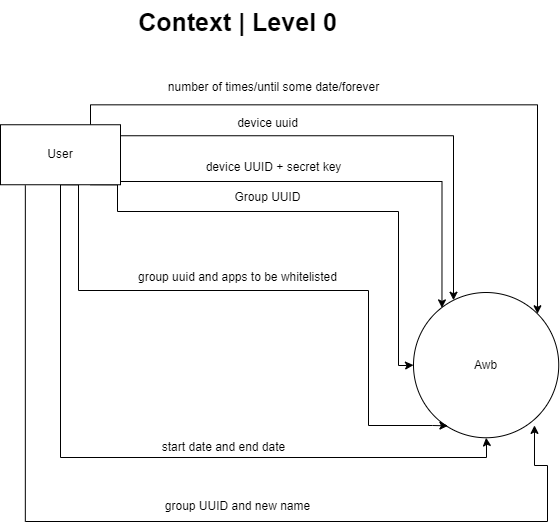
mohamed-sallam/awb-docs keeps this draw.io diagram as SRS/imgs/DFD-Data Flow Diagram Level 0.drawio.png. Above is the earlier version. Source tidied: cells renumbered, new cells last; positions are measured from the earlier drawing's top-left corner, leaving out a move shared by most shapes.
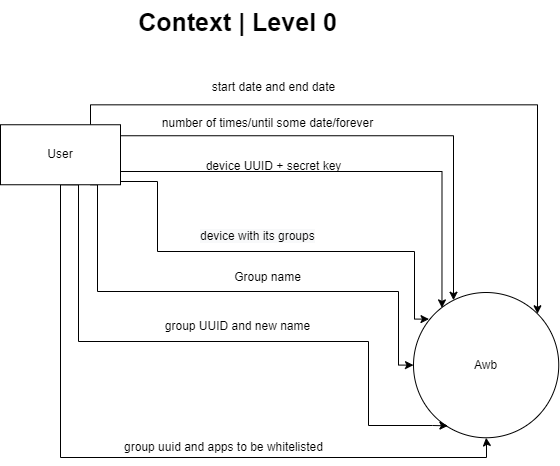
After the change.

Commit message:
srs/diagram/39/refactor_data_flow_diagram: final edit

Change to the diagram source:
```diff
@@ -15,11 +15,10 @@
     <mxCell id="4" style="edgeStyle=orthogonalEdgeStyle;rounded=0;jettySize=auto;html=1;exitX=0.75;exitY=1;exitDx=0;exitDy=0;entryX=0;entryY=0.5;entryDx=0;entryDy=0;" parent="1" edge="1" source="9" target="2">
       <mxGeometry relative="1" as="geometry">
         <Array as="points">
-          <mxPoint x="117" y="184" />
-          <mxPoint x="117" y="211" />
-          <mxPoint x="398" y="211" />
+          <mxPoint x="97" y="184" />
+          <mxPoint x="97" y="291" />
+          <mxPoint x="398" y="291" />
           <mxPoint x="398" y="365" />
-          <mxPoint x="406" y="365" />
         </Array>
       </mxGeometry>
     </mxCell>
@@ -27,8 +26,8 @@
       <mxGeometry relative="1" as="geometry">
         <Array as="points">
           <mxPoint x="78" y="184" />
-          <mxPoint x="78" y="290" />
-          <mxPoint x="368" y="290" />
+          <mxPoint x="78" y="341" />
+          <mxPoint x="368" y="341" />
           <mxPoint x="368" y="425" />
           <mxPoint x="432" y="425" />
         </Array>
@@ -49,46 +48,47 @@
     <mxCell id="8" style="edgeStyle=orthogonalEdgeStyle;rounded=0;jettySize=auto;html=1;entryX=0.196;entryY=0.106;entryDx=0;entryDy=0;entryPerimeter=0;" parent="1" edge="1" source="9" target="2">
       <mxGeometry relative="1" as="geometry">
         <Array as="points">
-          <mxPoint x="442" y="181" />
+          <mxPoint x="441" y="171" />
         </Array>
       </mxGeometry>
     </mxCell>
     <mxCell id="9" value="User" style="rounded=0;whiteSpace=wrap;html=1;" parent="1" vertex="1">
       <mxGeometry y="124.2" width="120" height="60" as="geometry" />
     </mxCell>
-    <mxCell id="10" value="device uuid" style="text;html=1;align=center;verticalAlign=middle;strokeColor=none;fillColor=none;" parent="1" vertex="1">
-      <mxGeometry x="227" y="108.2" width="80" height="30" as="geometry" />
+    <mxCell id="10" value="number of times/until some date/forever" style="text;html=1;align=center;verticalAlign=middle;strokeColor=none;fillColor=none;" parent="1" vertex="1">
+      <mxGeometry x="152" y="108.2" width="230" height="30" as="geometry" />
     </mxCell>
-    <mxCell id="11" value="Group UUID" style="text;html=1;align=center;verticalAlign=middle;strokeColor=none;fillColor=none;" parent="1" vertex="1">
-      <mxGeometry x="222" y="182.2" width="90" height="30" as="geometry" />
+    <mxCell id="11" value="Group name" style="text;html=1;align=center;verticalAlign=middle;strokeColor=none;fillColor=none;" parent="1" vertex="1">
+      <mxGeometry x="222" y="262" width="90" height="30" as="geometry" />
     </mxCell>
-    <mxCell id="12" value="group uuid and apps to be whitelisted" style="text;html=1;align=center;verticalAlign=middle;strokeColor=none;fillColor=none;" parent="1" vertex="1">
-      <mxGeometry x="127" y="262.2" width="220" height="30" as="geometry" />
+    <mxCell id="12" value="group UUID and new name" style="text;html=1;align=center;verticalAlign=middle;strokeColor=none;fillColor=none;" parent="1" vertex="1">
+      <mxGeometry x="151.5" y="311" width="170" height="30" as="geometry" />
     </mxCell>
-    <mxCell id="13" value="start date and end date" style="text;html=1;align=center;verticalAlign=middle;strokeColor=none;fillColor=none;" parent="1" vertex="1">
-      <mxGeometry x="148" y="432.2" width="150" height="30" as="geometry" />
+    <mxCell id="13" value="group uuid and apps to be whitelisted" style="text;html=1;align=center;verticalAlign=middle;strokeColor=none;fillColor=none;" parent="1" vertex="1">
+      <mxGeometry x="113" y="432.2" width="220" height="30" as="geometry" />
     </mxCell>
     <mxCell id="14" value="&lt;b&gt;&lt;font style=&quot;font-size: 25px;&quot;&gt;Context | Level 0&lt;/font&gt;&lt;/b&gt;" style="text;html=1;align=center;verticalAlign=middle;strokeColor=none;fillColor=none;" parent="1" vertex="1">
       <mxGeometry x="128" y="0.2" width="217" height="42" as="geometry" />
     </mxCell>
-    <mxCell id="15" value="number of times/until some date/forever" style="text;html=1;align=center;verticalAlign=middle;strokeColor=none;fillColor=none;" parent="1" vertex="1">
-      <mxGeometry x="158" y="72.2" width="230" height="30" as="geometry" />
+    <mxCell id="15" value="start date and end date" style="text;html=1;align=center;verticalAlign=middle;strokeColor=none;fillColor=none;" parent="1" vertex="1">
+      <mxGeometry x="198" y="72.2" width="150" height="30" as="geometry" />
     </mxCell>
     <mxCell id="16" value="device UUID + secret key" style="text;html=1;align=center;verticalAlign=middle;strokeColor=none;fillColor=none;" parent="1" vertex="1">
-      <mxGeometry x="193" y="152.2" width="160" height="30" as="geometry" />
+      <mxGeometry x="193" y="151" width="160" height="30" as="geometry" />
     </mxCell>
-    <mxCell id="17" style="edgeStyle=orthogonalEdgeStyle;rounded=0;jettySize=auto;html=1;exitX=0.207;exitY=1.01;exitDx=0;exitDy=0;entryX=0.833;entryY=0.915;entryDx=0;entryDy=0;exitPerimeter=0;entryPerimeter=0;" parent="1" edge="1" source="9" target="2">
-      <mxGeometry relative="1" as="geometry">
-        <Array as="points">
-          <mxPoint x="25" y="521" />
-          <mxPoint x="547" y="521" />
-          <mxPoint x="547" y="465" />
-          <mxPoint x="534" y="465" />
-        </Array>
-      </mxGeometry>
-    </mxCell>
-    <mxCell id="18" value="&lt;span style=&quot;&quot;&gt;group UUID and new name&lt;/span&gt;" style="text;html=1;align=center;verticalAlign=middle;strokeColor=none;fillColor=none;" parent="1" vertex="1">
-      <mxGeometry x="151.5" y="491" width="170" height="30" as="geometry" />
-    </mxCell>
+    <mxCell id="19" style="edgeStyle=orthogonalEdgeStyle;rounded=0;jettySize=auto;html=1;entryX=0;entryY=0.5;entryDx=0;entryDy=0;" parent="1" edge="1" source="9">
+      <mxGeometry relative="1" as="geometry">
+        <mxPoint x="428.5" y="318.6" as="targetPoint" />
+        <Array as="points">
+          <mxPoint x="157" y="181" />
+          <mxPoint x="157" y="251" />
+          <mxPoint x="414" y="251" />
+          <mxPoint x="414" y="319" />
+        </Array>
+      </mxGeometry>
+    </mxCell>
+    <mxCell id="20" value="&lt;span style=&quot;color: rgb(0, 0, 0); font-family: Helvetica; font-size: 12px; font-style: normal; font-variant-ligatures: normal; font-variant-caps: normal; font-weight: 400; letter-spacing: normal; orphans: 2; text-align: center; text-indent: 0px; text-transform: none; widows: 2; word-spacing: 0px; -webkit-text-stroke-width: 0px; background-color: rgb(248, 249, 250); text-decoration-thickness: initial; text-decoration-style: initial; text-decoration-color: initial; float: none; display: inline !important;&quot;&gt;device with its groups&lt;/span&gt;" style="text;whiteSpace=wrap;html=1;" parent="1" vertex="1">
+      <mxGeometry x="198" y="222" width="170" height="40" as="geometry" />
+    </mxCell>
   </root>
 </mxGraphModel>
```
